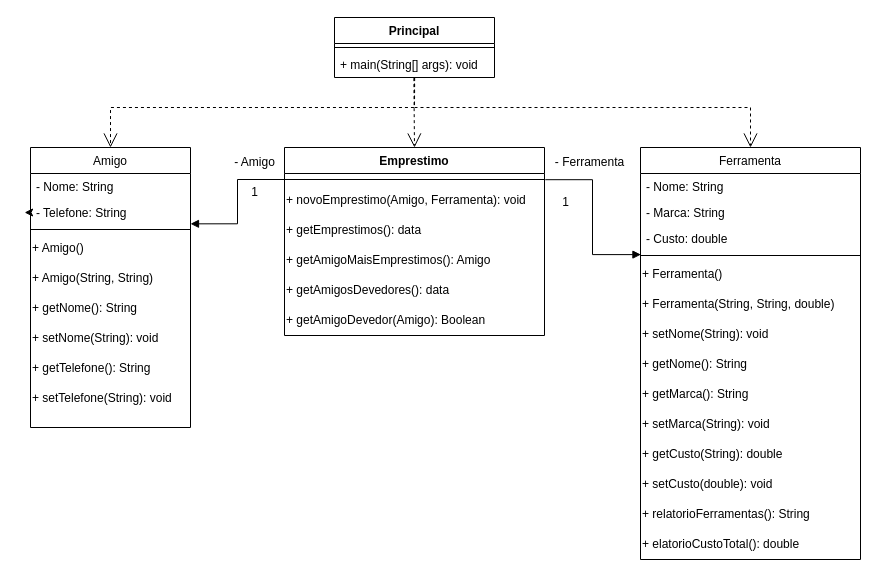
Earlier version of the draw.io diagram Diagrama sem nome.drawio (felipeghizo/Emprestimo_Ferramentas). Source tidied: cells renumbered, new cells numbered last; positions are measured from the earlier drawing's top-left corner, leaving out a move shared by most shapes. Both pictures are drawn from the tidied source at 100%, with x=0, y=0 at pixel (30, 17).
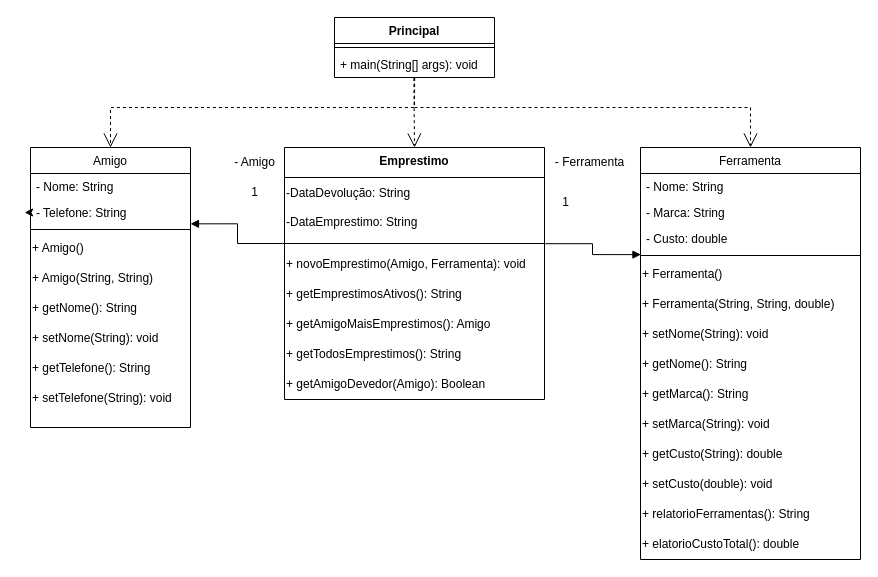
The same diagram, later.

Diff of the diagram source:
```diff
@@
-    <mxCell id="33" value="Emprestimo" style="swimlane;fontStyle=1;align=center;verticalAlign=top;horizontal=1;startSize=26;whiteSpace=wrap;html=1;" parent="1" vertex="1">
-      <mxGeometry x="254" y="130" width="260" height="188" as="geometry" />
+    <mxCell id="33" value="Emprestimo" style="swimlane;fontStyle=1;align=center;verticalAlign=top;horizontal=1;startSize=30;whiteSpace=wrap;html=1;" parent="1" vertex="1">
+      <mxGeometry x="254" y="130" width="260" height="252" as="geometry" />
     </mxCell>
+    <mxCell id="47" value="-DataDevolução: String&lt;div&gt;&lt;br&gt;&lt;div&gt;-DataEmprestimo: String&lt;/div&gt;&lt;/div&gt;" style="text;html=1;align=left;verticalAlign=middle;strokeColor=none;fillColor=none;" parent="33" vertex="1">
+      <mxGeometry y="30" width="260" height="60" as="geometry" />
+    </mxCell>
     <mxCell id="34" style="line;strokeWidth=1;fillColor=none;align=left;verticalAlign=middle;spacingTop=-1;spacingLeft=3;spacingRight=3;labelPosition=right;points=[];portConstraint=eastwest;strokeColor=inherit;" parent="33" vertex="1">
-      <mxGeometry y="26" width="260" height="12" as="geometry" />
+      <mxGeometry y="90" width="260" height="12" as="geometry" />
     </mxCell>
     <mxCell id="35" value="+ novoEmprestimo(Amigo, Ferramenta): void" style="text;html=1;align=left;verticalAlign=middle;strokeColor=none;fillColor=none;" parent="33" vertex="1">
-      <mxGeometry y="38" width="260" height="30" as="geometry" />
+      <mxGeometry y="102" width="260" height="30" as="geometry" />
     </mxCell>
-    <mxCell id="36" value="+ getEmprestimos(): data" style="text;html=1;align=left;verticalAlign=middle;strokeColor=none;fillColor=none;" parent="33" vertex="1">
-      <mxGeometry y="68" width="260" height="30" as="geometry" />
+    <mxCell id="36" value="+ getEmprestimosAtivos(): String" style="text;html=1;align=left;verticalAlign=middle;strokeColor=none;fillColor=none;" parent="33" vertex="1">
+      <mxGeometry y="132" width="260" height="30" as="geometry" />
     </mxCell>
     <mxCell id="37" value="+ getAmigoMaisEmprestimos(): Amigo" style="text;html=1;align=left;verticalAlign=middle;strokeColor=none;fillColor=none;" parent="33" vertex="1">
-      <mxGeometry y="98" width="260" height="30" as="geometry" />
+      <mxGeometry y="162" width="260" height="30" as="geometry" />
     </mxCell>
-    <mxCell id="38" value="+ getAmigosDevedores(): data" style="text;html=1;align=left;verticalAlign=middle;strokeColor=none;fillColor=none;" parent="33" vertex="1">
-      <mxGeometry y="128" width="260" height="30" as="geometry" />
+    <mxCell id="38" value="+ getTodosEmprestimos(): String" style="text;html=1;align=left;verticalAlign=middle;strokeColor=none;fillColor=none;" parent="33" vertex="1">
+      <mxGeometry y="192" width="260" height="30" as="geometry" />
     </mxCell>
     <mxCell id="39" value="+ getAmigoDevedor(Amigo): Boolean" style="text;html=1;align=left;verticalAlign=middle;strokeColor=none;fillColor=none;" parent="33" vertex="1">
-      <mxGeometry y="158" width="260" height="30" as="geometry" />
+      <mxGeometry y="222" width="260" height="30" as="geometry" />
     </mxCell>
```
